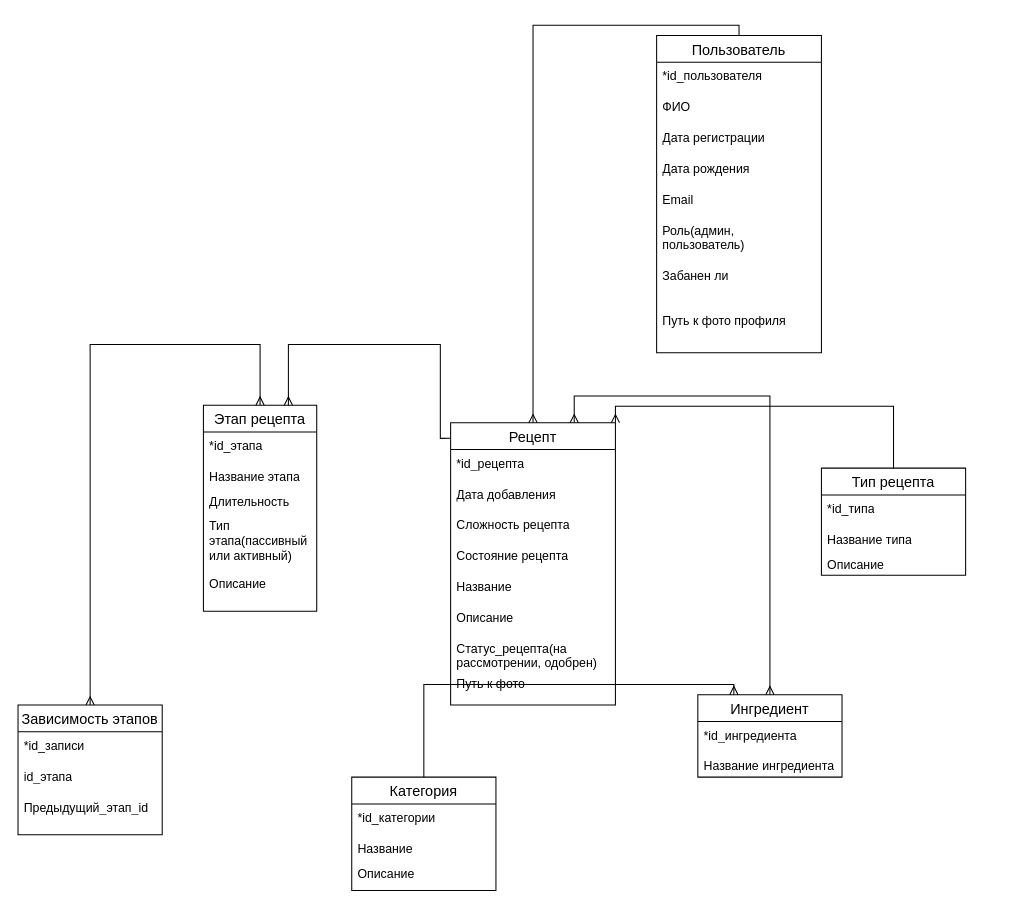
Earlier version of the draw.io diagram doc/erd.drawio (pestlain34/A_Graph-Based_System_for_Intelligent_Culinary_Process_Sequencing). Source tidied: cells renumbered, new cells numbered last; positions are measured from the earlier drawing's top-left corner, leaving out a move shared by most shapes. Both pictures are drawn from the tidied source at 103%, with x=0, y=0 at pixel (18, 35).
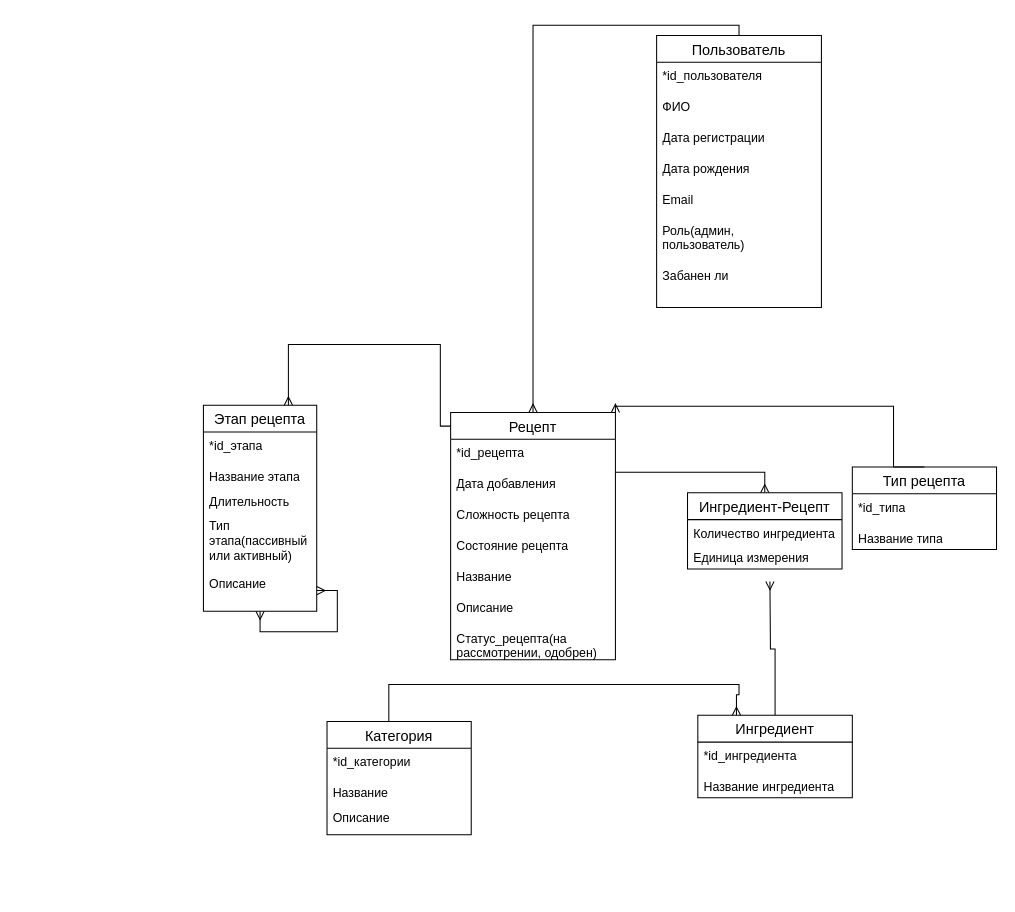
Above is the later version.

Unchanged cells that the change refers to:
```xml
<mxCell id="21" value="Этап рецепта" style="swimlane;fontStyle=0;horizontal=1;startSize=26;align=center;fontSize=14;" parent="1" vertex="1">
  <mxGeometry x="180" y="358.9" width="110" height="200" as="geometry" />
</mxCell>
<mxCell id="26" value="Описание" style="text;strokeColor=none;fillColor=none;spacingLeft=4;spacingRight=4;overflow=hidden;points=[[0,0.5],[1,0.5]];portConstraint=eastwest;fontSize=12;whiteSpace=wrap;html=1;" parent="21" vertex="1">
  <mxGeometry y="160" width="110" height="40" as="geometry" />
</mxCell>
```

Diff of the diagram source:
```diff
@@
     <mxCell id="2" value="Пользователь" style="swimlane;fontStyle=0;horizontal=1;startSize=26;align=center;fontSize=14;" parent="1" vertex="1">
-      <mxGeometry x="620" width="160" height="308" as="geometry" />
+      <mxGeometry x="620" width="160" height="264" as="geometry" />
     </mxCell>
@@
-    <mxCell id="10" value="Путь к фото профиля" style="text;strokeColor=none;fillColor=none;spacingLeft=4;spacingRight=4;overflow=hidden;fontSize=12;whiteSpace=wrap;html=1;" parent="2" vertex="1">
-      <mxGeometry y="264" width="160" height="44" as="geometry" />
-    </mxCell>
+    <mxCell id="47" style="edgeStyle=orthogonalEdgeStyle;rounded=0;jettySize=auto;html=1;entryX=0.5;entryY=0;entryDx=0;entryDy=0;endArrow=ERmany;endFill=0;" parent="1" edge="1" source="11" target="50">
+      <mxGeometry relative="1" as="geometry">
+        <Array as="points">
+          <mxPoint x="725" y="424" />
+        </Array>
+      </mxGeometry>
+    </mxCell>
     <mxCell id="11" value="Рецепт" style="swimlane;fontStyle=0;horizontal=1;startSize=26;align=center;fontSize=14;" parent="1" vertex="1">
-      <mxGeometry x="420" y="376" width="160" height="274" as="geometry" />
+      <mxGeometry x="420" y="366" width="160" height="240" as="geometry" />
     </mxCell>
@@
-    <mxCell id="19" value="Путь к фото&amp;nbsp;" style="text;strokeColor=none;fillColor=none;spacingLeft=4;spacingRight=4;overflow=hidden;fontSize=12;whiteSpace=wrap;html=1;" parent="11" vertex="1">
-      <mxGeometry y="240" width="160" height="34" as="geometry" />
-    </mxCell>
@@
+    <mxCell id="48" style="edgeStyle=orthogonalEdgeStyle;rounded=0;jettySize=auto;html=1;endArrow=ERmany;endFill=0;startArrow=ERmany;startFill=0;" parent="21" edge="1" source="21" target="26">
+      <mxGeometry relative="1" as="geometry" />
+    </mxCell>
@@
-    <mxCell id="28" value="Зависимость этапов" style="swimlane;fontStyle=0;horizontal=1;startSize=26;align=center;fontSize=14;" parent="1" vertex="1">
-      <mxGeometry y="650" width="140" height="126" as="geometry" />
-    </mxCell>
-    <mxCell id="29" value="*id_записи" style="text;strokeColor=none;fillColor=none;spacingLeft=4;spacingRight=4;overflow=hidden;fontSize=12;whiteSpace=wrap;html=1;" parent="28" vertex="1">
-      <mxGeometry y="26" width="140" height="30" as="geometry" />
-    </mxCell>
-    <mxCell id="30" value="id_этапа" style="text;strokeColor=none;fillColor=none;spacingLeft=4;spacingRight=4;overflow=hidden;fontSize=12;whiteSpace=wrap;html=1;" parent="28" vertex="1">
-      <mxGeometry y="56" width="140" height="30" as="geometry" />
-    </mxCell>
-    <mxCell id="31" value="Предыдущий_этап_id" style="text;strokeColor=none;fillColor=none;spacingLeft=4;spacingRight=4;overflow=hidden;fontSize=12;whiteSpace=wrap;html=1;" parent="28" vertex="1">
-      <mxGeometry y="86" width="140" height="40" as="geometry" />
-    </mxCell>
-    <mxCell id="32" style="edgeStyle=orthogonalEdgeStyle;fontSize=12;html=1;endArrow=ERmany;endFill=0;rounded=0;startArrow=ERmany;startFill=0;exitX=0.5;exitY=0;exitDx=0;exitDy=0;entryX=0.5;entryY=0;entryDx=0;entryDy=0;" parent="1" edge="1" source="28" target="21">
-      <mxGeometry relative="1" as="geometry">
-        <Array as="points">
-          <mxPoint x="70" y="300" />
-          <mxPoint x="235" y="300" />
-        </Array>
-      </mxGeometry>
-    </mxCell>
+    <mxCell id="49" style="edgeStyle=orthogonalEdgeStyle;rounded=0;jettySize=auto;html=1;endArrow=ERmany;endFill=0;" parent="1" edge="1" source="33">
+      <mxGeometry relative="1" as="geometry">
+        <mxPoint x="730" y="530" as="targetPoint" />
+      </mxGeometry>
+    </mxCell>
     <mxCell id="33" value="Ингредиент" style="swimlane;fontStyle=0;horizontal=1;startSize=26;align=center;fontSize=14;" parent="1" vertex="1">
-      <mxGeometry x="660" y="640" width="140" height="80" as="geometry" />
+      <mxGeometry x="660" y="660" width="150" height="80" as="geometry" />
     </mxCell>
     <mxCell id="34" value="*id_ингредиента" style="text;strokeColor=none;fillColor=none;spacingLeft=4;spacingRight=4;overflow=hidden;fontSize=12;whiteSpace=wrap;html=1;" parent="33" vertex="1">
-      <mxGeometry y="26" width="140" height="30" as="geometry" />
+      <mxGeometry y="26" width="150" height="30" as="geometry" />
     </mxCell>
     <mxCell id="35" value="Название ингредиента" style="text;strokeColor=none;fillColor=none;spacingLeft=4;spacingRight=4;overflow=hidden;fontSize=12;whiteSpace=wrap;html=1;" parent="33" vertex="1">
-      <mxGeometry y="56" width="140" height="24" as="geometry" />
+      <mxGeometry y="56" width="150" height="24" as="geometry" />
     </mxCell>
-    <mxCell id="36" style="endArrow=ERmany;html=1;rounded=0;exitX=0.5;exitY=0;exitDx=0;exitDy=0;edgeStyle=orthogonalEdgeStyle;entryX=0.75;entryY=0;entryDx=0;entryDy=0;startArrow=ERmany;startFill=0;endFill=0;" parent="1" edge="1" source="33" target="11">
-      <mxGeometry relative="1" as="geometry">
-        <Array as="points">
-          <mxPoint x="730" y="350" />
-          <mxPoint x="540" y="350" />
-        </Array>
-      </mxGeometry>
-    </mxCell>
     <mxCell id="37" value="Категория" style="swimlane;fontStyle=0;horizontal=1;startSize=26;align=center;fontSize=14;" parent="1" vertex="1">
-      <mxGeometry x="324" y="720" width="140" height="110" as="geometry" />
+      <mxGeometry x="300" y="666" width="140" height="110" as="geometry" />
     </mxCell>
@@
     <mxCell id="41" style="endArrow=ERmany;html=1;rounded=0;edgeStyle=orthogonalEdgeStyle;exitX=0.5;exitY=0;exitDx=0;exitDy=0;entryX=0.25;entryY=0;entryDx=0;entryDy=0;endFill=0;" parent="1" edge="1" source="37" target="33">
-      <mxGeometry relative="1" as="geometry" />
+      <mxGeometry relative="1" as="geometry">
+        <Array as="points">
+          <mxPoint x="360" y="630" />
+          <mxPoint x="700" y="630" />
+          <mxPoint x="700" y="640" />
+          <mxPoint x="698" y="640" />
+        </Array>
+      </mxGeometry>
     </mxCell>
     <mxCell id="42" value="Тип рецепта" style="swimlane;fontStyle=0;horizontal=1;startSize=26;align=center;fontSize=14;" parent="1" vertex="1">
-      <mxGeometry x="780" y="420" width="140" height="104" as="geometry" />
+      <mxGeometry x="810" y="418.9" width="140" height="80" as="geometry" />
     </mxCell>
@@
-    <mxCell id="45" value="Описание" style="text;strokeColor=none;fillColor=none;spacingLeft=4;spacingRight=4;overflow=hidden;fontSize=12;whiteSpace=wrap;html=1;" parent="42" vertex="1">
-      <mxGeometry y="80" width="140" height="24" as="geometry" />
-    </mxCell>
@@
+    <mxCell id="50" value="Ингредиент-Рецепт" style="swimlane;fontStyle=0;horizontal=1;startSize=26;align=center;fontSize=14;" parent="1" vertex="1">
+      <mxGeometry x="650" y="444" width="150" height="74" as="geometry" />
+    </mxCell>
+    <mxCell id="51" value="Количество ингредиента" style="text;strokeColor=none;fillColor=none;spacingLeft=4;spacingRight=4;overflow=hidden;fontSize=12;whiteSpace=wrap;html=1;" parent="50" vertex="1">
+      <mxGeometry y="26" width="150" height="24" as="geometry" />
+    </mxCell>
+    <mxCell id="52" value="Единица измерения" style="text;strokeColor=none;fillColor=none;spacingLeft=4;spacingRight=4;overflow=hidden;fontSize=12;whiteSpace=wrap;html=1;" parent="50" vertex="1">
+      <mxGeometry y="50" width="150" height="24" as="geometry" />
+    </mxCell>
```
